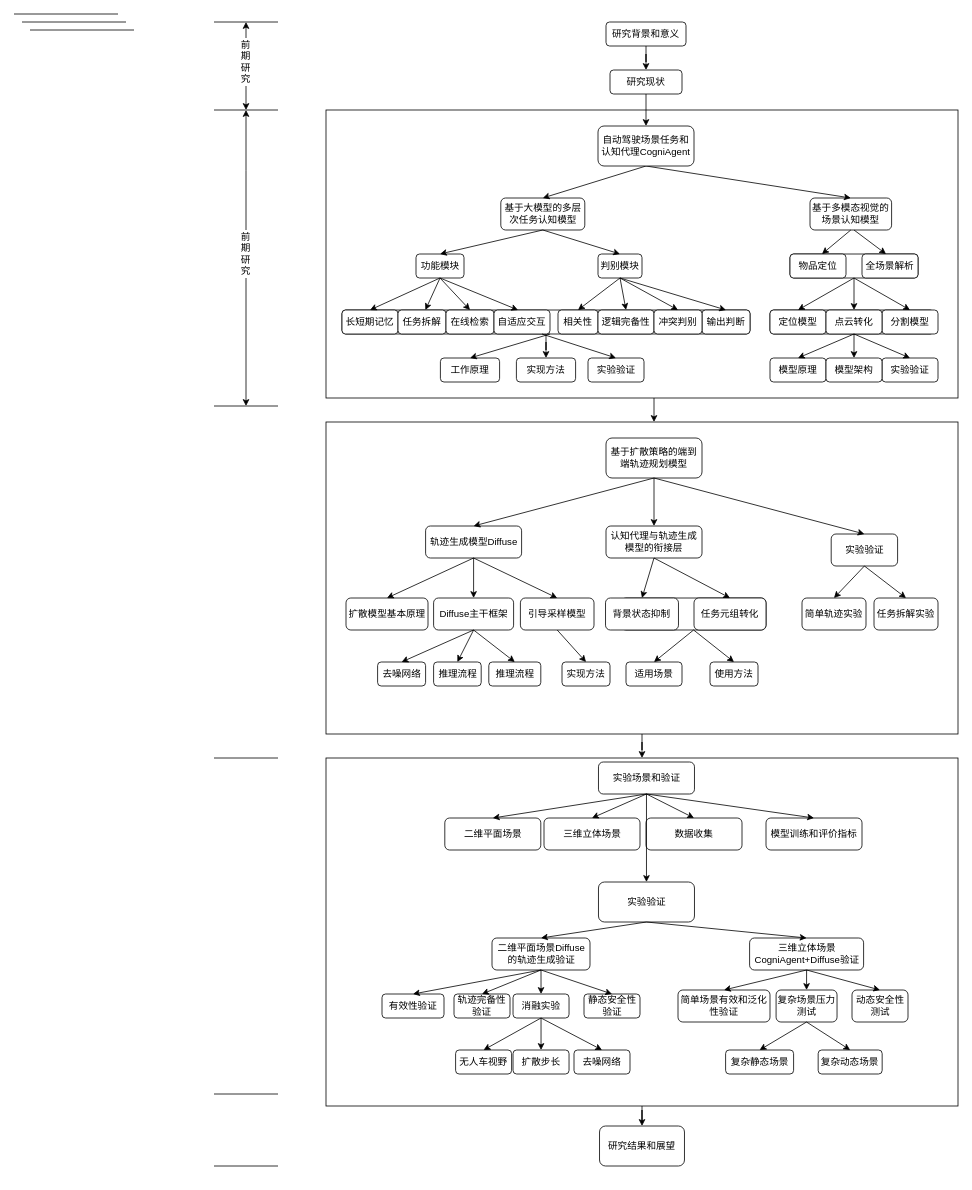
The draw.io diagram 技术路线图.drawio in abigfreshman/abigfreshman, before the edit. Source tidied: cells renumbered, new cells numbered last; positions are measured from the earlier drawing's top-left corner, leaving out a move shared by most shapes. Both pictures are drawn from the tidied source at 80%, with x=0, y=0 at pixel (14, 14).
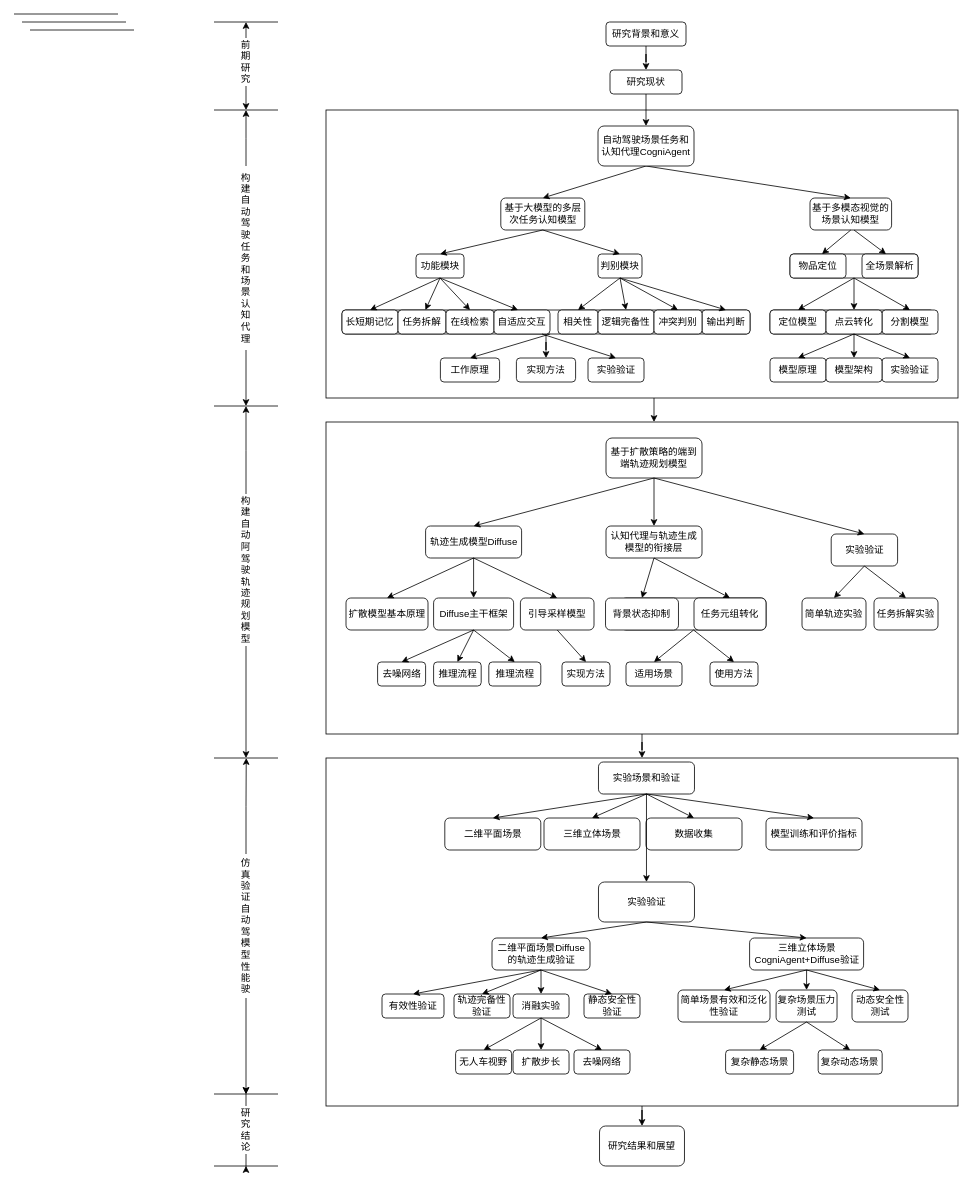
Above is the later version.

Commit message (it also covers changes not shown here):
Update 技术路线图.drawio

The edit, as a diff of the source:
```diff
@@
-    <mxCell id="149" value="前期研究" style="text;strokeColor=none;align=center;fillColor=none;html=1;verticalAlign=middle;whiteSpace=wrap;rounded=0;" parent="1" vertex="1">
-      <mxGeometry x="280" y="270" width="20" height="60" as="geometry" />
+    <mxCell id="149" value="构建自动驾驶任务和场景认知代理" style="text;strokeColor=none;align=center;fillColor=none;html=1;verticalAlign=middle;whiteSpace=wrap;rounded=0;" parent="1" vertex="1">
+      <mxGeometry x="280" y="190" width="20" height="230" as="geometry" />
     </mxCell>
@@
+    <mxCell id="153" style="edgeStyle=orthogonalEdgeStyle;rounded=0;jettySize=auto;html=1;" parent="1" edge="1" source="155">
+      <mxGeometry relative="1" as="geometry">
+        <mxPoint x="290" y="490" as="targetPoint" />
+      </mxGeometry>
+    </mxCell>
+    <mxCell id="154" style="edgeStyle=orthogonalEdgeStyle;rounded=0;jettySize=auto;html=1;" parent="1" edge="1" source="155">
+      <mxGeometry relative="1" as="geometry">
+        <mxPoint x="290" y="930" as="targetPoint" />
+      </mxGeometry>
+    </mxCell>
+    <mxCell id="155" value="构建自动阿驾驶轨迹规划模型" style="text;strokeColor=none;align=center;fillColor=none;html=1;verticalAlign=middle;whiteSpace=wrap;rounded=0;" parent="1" vertex="1">
+      <mxGeometry x="280" y="600" width="20" height="190" as="geometry" />
+    </mxCell>
+    <mxCell id="156" style="edgeStyle=orthogonalEdgeStyle;rounded=0;jettySize=auto;html=1;exitX=0.5;exitY=0;exitDx=0;exitDy=0;" parent="1" edge="1" source="158">
+      <mxGeometry relative="1" as="geometry">
+        <mxPoint x="290.3" y="930" as="targetPoint" />
+      </mxGeometry>
+    </mxCell>
+    <mxCell id="157" style="edgeStyle=orthogonalEdgeStyle;rounded=0;jettySize=auto;html=1;" parent="1" edge="1" source="158">
+      <mxGeometry relative="1" as="geometry">
+        <mxPoint x="290" y="1350" as="targetPoint" />
+      </mxGeometry>
+    </mxCell>
+    <mxCell id="158" value="仿真验证自动驾模型性能驶" style="text;strokeColor=none;align=center;fillColor=none;html=1;verticalAlign=middle;whiteSpace=wrap;rounded=0;" parent="1" vertex="1">
+      <mxGeometry x="280" y="1050" width="20" height="180" as="geometry" />
+    </mxCell>
+    <mxCell id="159" style="edgeStyle=orthogonalEdgeStyle;rounded=0;jettySize=auto;html=1;" parent="1" edge="1" source="161">
+      <mxGeometry relative="1" as="geometry">
+        <mxPoint x="290" y="1350" as="targetPoint" />
+      </mxGeometry>
+    </mxCell>
+    <mxCell id="160" style="edgeStyle=orthogonalEdgeStyle;rounded=0;jettySize=auto;html=1;" parent="1" edge="1" source="161">
+      <mxGeometry relative="1" as="geometry">
+        <mxPoint x="290" y="1440" as="targetPoint" />
+      </mxGeometry>
+    </mxCell>
+    <mxCell id="161" value="研究结论" style="text;strokeColor=none;align=center;fillColor=none;html=1;verticalAlign=middle;whiteSpace=wrap;rounded=0;" parent="1" vertex="1">
+      <mxGeometry x="280" y="1365" width="20" height="60" as="geometry" />
+    </mxCell>
```
